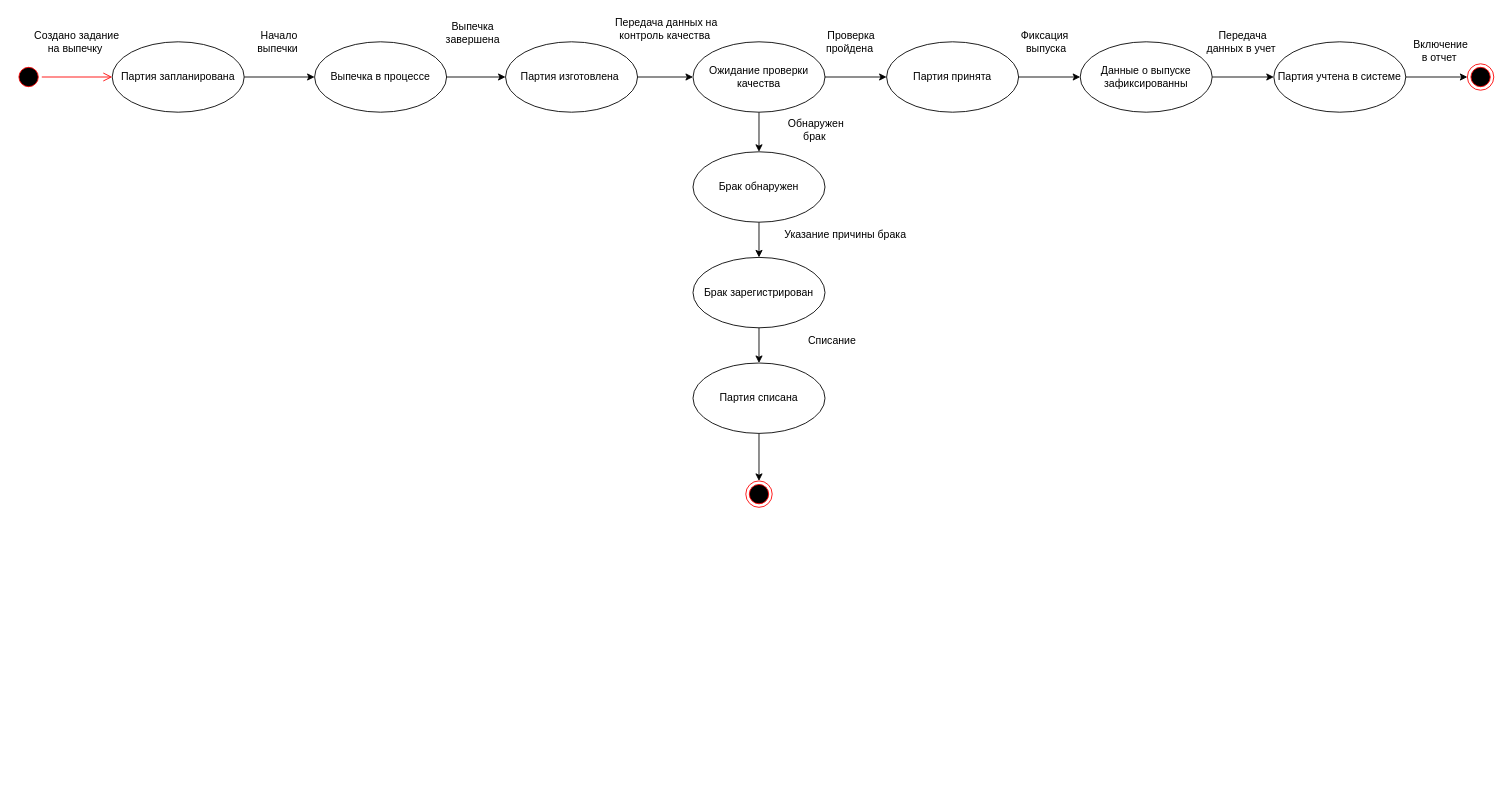
The draw.io diagram Диаграмма состояний Rita.drawio in alexiskvyat/SoftTest, before the edit. Source tidied: cells renumbered, new cells numbered last; positions are measured from the earlier drawing's top-left corner, leaving out a move shared by most shapes. Both pictures are drawn from the tidied source at 88%, with x=0, y=0 at pixel (15, 15).
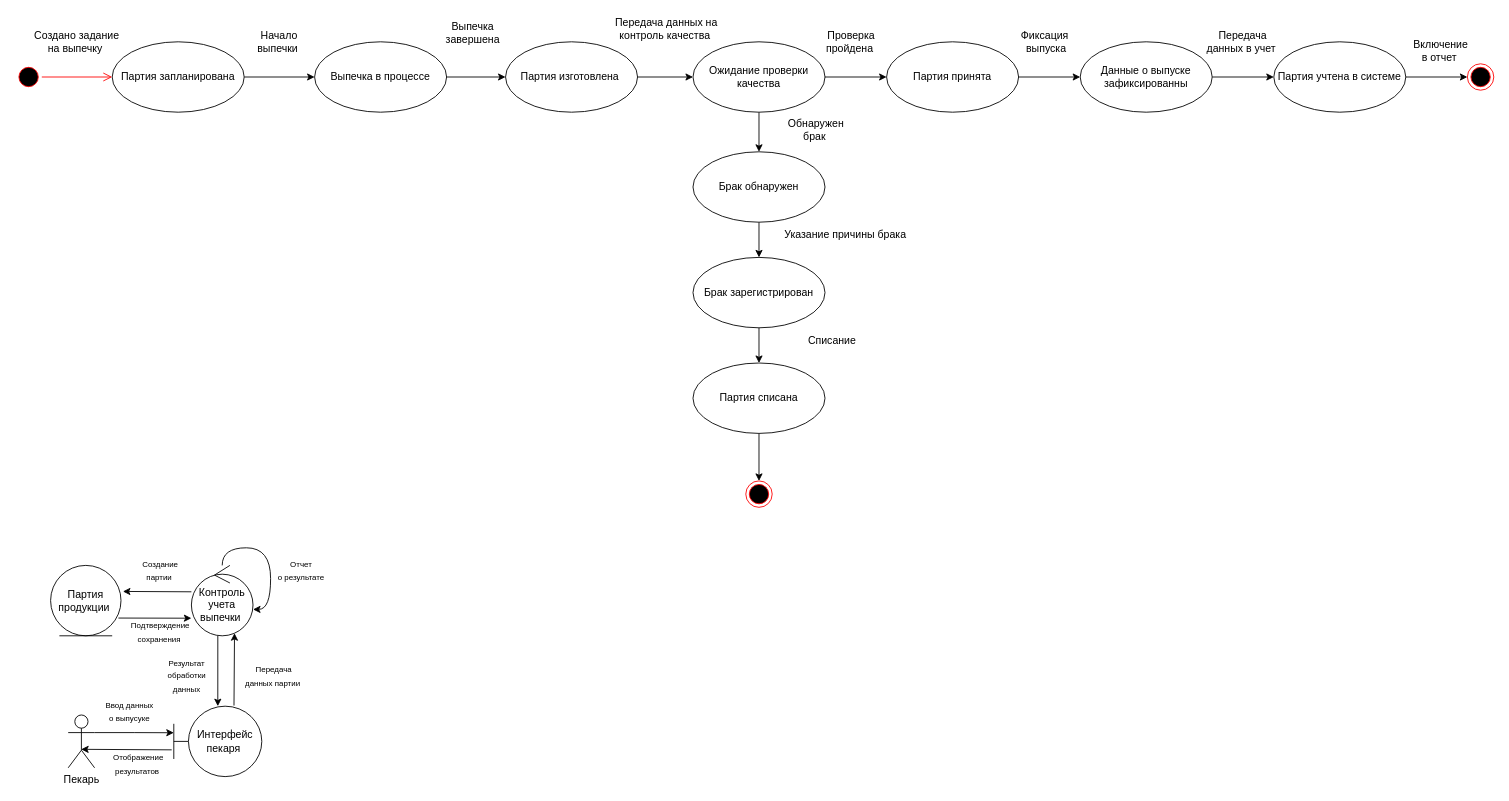
The same page after the edit.

The edit, as a diff of the source:
```diff
@@
+    <mxCell id="38" value="Пекарь" style="shape=umlActor;verticalLabelPosition=bottom;verticalAlign=top;html=1;" parent="1" vertex="1">
+      <mxGeometry x="60" y="795" width="30" height="60" as="geometry" />
+    </mxCell>
+    <mxCell id="39" value="Интерфейс пекаря&amp;nbsp;" style="shape=umlBoundary;whiteSpace=wrap;html=1;" parent="1" vertex="1">
+      <mxGeometry x="180" y="785" width="100" height="80" as="geometry" />
+    </mxCell>
+    <mxCell id="40" style="edgeStyle=orthogonalEdgeStyle;rounded=0;jettySize=auto;html=1;exitX=1;exitY=0.3333333333333333;exitDx=0;exitDy=0;exitPerimeter=0;entryX=0;entryY=0.377;entryDx=0;entryDy=0;entryPerimeter=0;" parent="1" edge="1" source="38" target="39">
+      <mxGeometry relative="1" as="geometry" />
+    </mxCell>
+    <mxCell id="41" style="edgeStyle=none;jettySize=auto;html=1;rounded=0;entryX=0.49;entryY=0.65;entryDx=0;entryDy=0;entryPerimeter=0;exitX=-0.024;exitY=0.62;exitDx=0;exitDy=0;exitPerimeter=0;" parent="1" edge="1" source="39" target="38">
+      <mxGeometry relative="1" as="geometry" />
+    </mxCell>
+    <mxCell id="42" value="Контроль учета выпечки&amp;nbsp;" style="ellipse;shape=umlControl;whiteSpace=wrap;html=1;" parent="1" vertex="1">
+      <mxGeometry x="200" y="625" width="70" height="80" as="geometry" />
+    </mxCell>
+    <mxCell id="43" value="Партия продукции&amp;nbsp;" style="ellipse;shape=umlEntity;whiteSpace=wrap;html=1;" parent="1" vertex="1">
+      <mxGeometry x="40" y="625" width="80" height="80" as="geometry" />
+    </mxCell>
+    <mxCell id="44" value="&lt;font style=&quot;font-size: 9px;&quot;&gt;Ввод данных о выпусуке&lt;/font&gt;" style="text;html=1;whiteSpace=wrap;strokeColor=none;fillColor=none;align=center;verticalAlign=middle;rounded=0;" parent="1" vertex="1">
+      <mxGeometry x="100" y="775" width="60" height="30" as="geometry" />
+    </mxCell>
+    <mxCell id="45" value="&lt;span style=&quot;font-size: 9px;&quot;&gt;Отображение результатов&amp;nbsp;&lt;/span&gt;" style="text;html=1;whiteSpace=wrap;strokeColor=none;fillColor=none;align=center;verticalAlign=middle;rounded=0;" parent="1" vertex="1">
+      <mxGeometry x="110" y="835" width="60" height="30" as="geometry" />
+    </mxCell>
+    <mxCell id="46" style="edgeStyle=none;jettySize=auto;html=1;rounded=0;entryX=0.7;entryY=0.963;entryDx=0;entryDy=0;entryPerimeter=0;exitX=0.684;exitY=-0.009;exitDx=0;exitDy=0;exitPerimeter=0;" parent="1" edge="1" source="39" target="42">
+      <mxGeometry relative="1" as="geometry" />
+    </mxCell>
+    <mxCell id="47" style="edgeStyle=none;jettySize=auto;html=1;rounded=0;exitX=0.429;exitY=1;exitDx=0;exitDy=0;exitPerimeter=0;" parent="1" edge="1" source="42" target="39">
+      <mxGeometry relative="1" as="geometry" />
+    </mxCell>
+    <mxCell id="48" style="edgeStyle=none;jettySize=auto;html=1;rounded=0;entryX=1.027;entryY=0.37;entryDx=0;entryDy=0;entryPerimeter=0;exitX=0;exitY=0.375;exitDx=0;exitDy=0;exitPerimeter=0;" parent="1" edge="1" source="42" target="43">
+      <mxGeometry relative="1" as="geometry" />
+    </mxCell>
+    <mxCell id="49" style="edgeStyle=none;jettySize=auto;html=1;rounded=0;entryX=0;entryY=0.75;entryDx=0;entryDy=0;entryPerimeter=0;exitX=0.963;exitY=0.748;exitDx=0;exitDy=0;exitPerimeter=0;" parent="1" edge="1" source="43" target="42">
+      <mxGeometry relative="1" as="geometry" />
+    </mxCell>
+    <mxCell id="50" value="&lt;span style=&quot;font-size: 9px;&quot;&gt;Передача данных партии&amp;nbsp;&lt;/span&gt;" style="text;html=1;whiteSpace=wrap;strokeColor=none;fillColor=none;align=center;verticalAlign=middle;rounded=0;" parent="1" vertex="1">
+      <mxGeometry x="259" y="735" width="70" height="30" as="geometry" />
+    </mxCell>
+    <mxCell id="51" value="&lt;span style=&quot;font-size: 9px;&quot;&gt;Результат обработки данных&lt;/span&gt;" style="text;html=1;whiteSpace=wrap;strokeColor=none;fillColor=none;align=center;verticalAlign=middle;rounded=0;" parent="1" vertex="1">
+      <mxGeometry x="160" y="735" width="70" height="30" as="geometry" />
+    </mxCell>
+    <mxCell id="52" value="&lt;span style=&quot;font-size: 9px;&quot;&gt;Создание партии&amp;nbsp;&lt;/span&gt;" style="text;html=1;whiteSpace=wrap;strokeColor=none;fillColor=none;align=center;verticalAlign=middle;rounded=0;" parent="1" vertex="1">
+      <mxGeometry x="130" y="615" width="70" height="30" as="geometry" />
+    </mxCell>
+    <mxCell id="53" value="&lt;span style=&quot;font-size: 9px;&quot;&gt;Подтверждение сохранения&amp;nbsp;&lt;/span&gt;" style="text;html=1;whiteSpace=wrap;strokeColor=none;fillColor=none;align=center;verticalAlign=middle;rounded=0;" parent="1" vertex="1">
+      <mxGeometry x="130" y="685" width="70" height="30" as="geometry" />
+    </mxCell>
+    <mxCell id="54" style="edgeStyle=orthogonalEdgeStyle;rounded=0;orthogonalLoop=1;jettySize=auto;html=1;entryX=1;entryY=0.625;entryDx=0;entryDy=0;entryPerimeter=0;strokeColor=default;curved=1;" parent="1" edge="1" source="42" target="42">
+      <mxGeometry relative="1" as="geometry" />
+    </mxCell>
+    <mxCell id="55" value="&lt;span style=&quot;font-size: 9px;&quot;&gt;Отчет о&amp;nbsp;результате&lt;/span&gt;" style="text;html=1;whiteSpace=wrap;strokeColor=none;fillColor=none;align=center;verticalAlign=middle;rounded=0;" parent="1" vertex="1">
+      <mxGeometry x="290" y="615" width="70" height="30" as="geometry" />
+    </mxCell>
```
